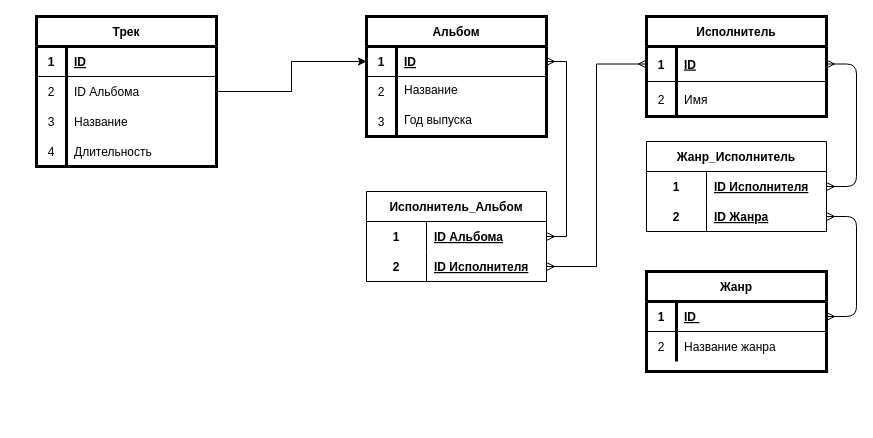
Before: Untitled Diagram.drawio in hochu-leto/music-site, a draw.io diagram. Source tidied: cells renumbered, new cells numbered last; positions are measured from the earlier drawing's top-left corner, leaving out a move shared by most shapes. Both pictures are drawn from the tidied source at 100%, with x=0, y=0 at pixel (36, 16).
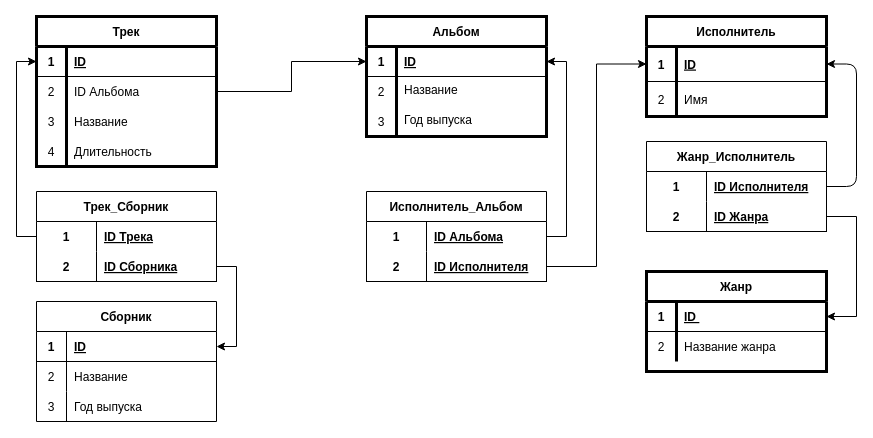
After the change.

Unchanged cells that the change refers to:
```xml
<mxCell id="3" style="shape=partialRectangle;fillColor=none;top=0;left=0;bottom=1;right=0;points=[[0,0.5],[1,0.5]];portConstraint=eastwest;" parent="2" vertex="1">
  <mxGeometry y="30" width="180" height="30" as="geometry" />
</mxCell>
<mxCell id="13" style="shape=partialRectangle;fillColor=none;top=0;left=0;bottom=1;right=0;points=[[0,0.5],[1,0.5]];portConstraint=eastwest;" parent="12" vertex="1">
  <mxGeometry y="30" width="180" height="35" as="geometry" />
</mxCell>
<mxCell id="21" style="shape=partialRectangle;fillColor=none;top=0;left=0;bottom=1;right=0;points=[[0,0.5],[1,0.5]];portConstraint=eastwest;" parent="20" vertex="1">
  <mxGeometry y="30" width="180" height="30" as="geometry" />
</mxCell>
<mxCell id="34" style="shape=partialRectangle;fillColor=none;top=0;left=0;bottom=1;right=0;points=[[0,0.5],[1,0.5]];portConstraint=eastwest;" parent="33" vertex="1">
  <mxGeometry y="30" width="180" height="30" as="geometry" />
</mxCell>
<mxCell id="41" style="shape=partialRectangle;fillColor=none;top=0;left=0;bottom=0;right=0;points=[[0,0.5],[1,0.5]];portConstraint=eastwest;" parent="40" vertex="1">
  <mxGeometry y="30" width="180" height="30" as="geometry" />
</mxCell>
<mxCell id="44" style="shape=partialRectangle;fillColor=none;top=0;left=0;bottom=1;right=0;points=[[0,0.5],[1,0.5]];portConstraint=eastwest;" parent="40" vertex="1">
  <mxGeometry y="60" width="180" height="30" as="geometry" />
</mxCell>
<mxCell id="48" style="shape=partialRectangle;fillColor=none;top=0;left=0;bottom=0;right=0;points=[[0,0.5],[1,0.5]];portConstraint=eastwest;" parent="47" vertex="1">
  <mxGeometry y="30" width="180" height="30" as="geometry" />
</mxCell>
<mxCell id="51" style="shape=partialRectangle;fillColor=none;top=0;left=0;bottom=1;right=0;points=[[0,0.5],[1,0.5]];portConstraint=eastwest;" parent="47" vertex="1">
  <mxGeometry y="60" width="180" height="30" as="geometry" />
</mxCell>
```

The edit, as a diff of the source:
```diff
@@
-    <mxCell id="54" style="edgeStyle=entityRelationEdgeStyle;fontSize=12;html=1;endArrow=ERmany;endFill=0;startArrow=ERmany;entryX=1;entryY=0.5;entryDx=0;entryDy=0;exitX=1;exitY=0.5;exitDx=0;exitDy=0;startFill=0;" parent="1" edge="1" source="41" target="13">
+    <mxCell id="54" style="edgeStyle=entityRelationEdgeStyle;fontSize=12;html=1;endArrow=classic;endFill=1;startArrow=none;entryX=1;entryY=0.5;entryDx=0;entryDy=0;exitX=1;exitY=0.5;exitDx=0;exitDy=0;startFill=0;" parent="1" edge="1" source="41" target="13">
       <mxGeometry relative="1" as="geometry" />
     </mxCell>
-    <mxCell id="55" style="edgeStyle=entityRelationEdgeStyle;fontSize=12;html=1;endArrow=ERmany;startArrow=ERmany;entryX=1;entryY=0.5;entryDx=0;entryDy=0;exitX=1;exitY=0.5;exitDx=0;exitDy=0;" parent="1" edge="1" source="34" target="44">
+    <mxCell id="55" style="edgeStyle=entityRelationEdgeStyle;fontSize=12;html=1;endArrow=none;startArrow=classic;entryX=1;entryY=0.5;entryDx=0;entryDy=0;exitX=1;exitY=0.5;exitDx=0;exitDy=0;startFill=1;endFill=0;rounded=0;" parent="1" edge="1" source="34" target="44">
       <mxGeometry relative="1" as="geometry" />
     </mxCell>
-    <mxCell id="56" style="edgeStyle=orthogonalEdgeStyle;rounded=0;jettySize=auto;html=1;exitX=0;exitY=0.5;exitDx=0;exitDy=0;entryX=1;entryY=0.5;entryDx=0;entryDy=0;startArrow=ERmany;startFill=0;endArrow=ERmany;endFill=0;" parent="1" edge="1" source="13" target="51">
+    <mxCell id="56" style="edgeStyle=orthogonalEdgeStyle;rounded=0;jettySize=auto;html=1;exitX=0;exitY=0.5;exitDx=0;exitDy=0;entryX=1;entryY=0.5;entryDx=0;entryDy=0;startArrow=classic;startFill=1;endArrow=none;endFill=0;" parent="1" edge="1" source="13" target="51">
       <mxGeometry relative="1" as="geometry" />
     </mxCell>
-    <mxCell id="57" style="edgeStyle=orthogonalEdgeStyle;rounded=0;jettySize=auto;html=1;exitX=1;exitY=0.5;exitDx=0;exitDy=0;entryX=1;entryY=0.5;entryDx=0;entryDy=0;startArrow=ERmany;startFill=0;endArrow=ERmany;endFill=0;" parent="1" edge="1" source="48" target="3">
+    <mxCell id="57" style="edgeStyle=orthogonalEdgeStyle;rounded=0;jettySize=auto;html=1;exitX=1;exitY=0.5;exitDx=0;exitDy=0;entryX=1;entryY=0.5;entryDx=0;entryDy=0;startArrow=none;startFill=0;endArrow=classic;endFill=1;" parent="1" edge="1" source="48" target="3">
       <mxGeometry relative="1" as="geometry" />
     </mxCell>
+    <mxCell id="58" value="Сборник" style="shape=table;startSize=30;childLayout=tableLayout;rowLines=0;fontStyle=1;align=center;" parent="1" vertex="1">
+      <mxGeometry y="285" width="180" height="120" as="geometry" />
+    </mxCell>
+    <mxCell id="59" style="shape=partialRectangle;fillColor=none;top=0;left=0;bottom=1;right=0;points=[[0,0.5],[1,0.5]];portConstraint=eastwest;" parent="58" vertex="1">
+      <mxGeometry y="30" width="180" height="30" as="geometry" />
+    </mxCell>
+    <mxCell id="60" value="1" style="shape=partialRectangle;fillColor=none;top=0;left=0;bottom=0;right=0;fontStyle=1;overflow=hidden;" parent="59" vertex="1">
+      <mxGeometry width="30" height="30" as="geometry" />
+    </mxCell>
+    <mxCell id="61" value="ID" style="shape=partialRectangle;fillColor=none;top=0;left=0;bottom=0;right=0;align=left;spacingLeft=6;fontStyle=5;overflow=hidden;" parent="59" vertex="1">
+      <mxGeometry x="30" width="150" height="30" as="geometry" />
+    </mxCell>
+    <mxCell id="62" style="shape=partialRectangle;fillColor=none;top=0;left=0;bottom=0;right=0;" parent="58" vertex="1">
+      <mxGeometry y="60" width="180" height="30" as="geometry" />
+    </mxCell>
+    <mxCell id="63" value="2" style="shape=partialRectangle;fillColor=none;top=0;left=0;bottom=0;right=0;overflow=hidden;" parent="62" vertex="1">
+      <mxGeometry width="30" height="30" as="geometry" />
+    </mxCell>
+    <mxCell id="64" value="Название" style="shape=partialRectangle;fillColor=none;top=0;left=0;bottom=0;right=0;align=left;spacingLeft=6;overflow=hidden;" parent="62" vertex="1">
+      <mxGeometry x="30" width="150" height="30" as="geometry" />
+    </mxCell>
+    <mxCell id="65" style="shape=partialRectangle;fillColor=none;top=0;left=0;bottom=0;right=0;" parent="58" vertex="1">
+      <mxGeometry y="90" width="180" height="30" as="geometry" />
+    </mxCell>
+    <mxCell id="66" value="3" style="shape=partialRectangle;fillColor=none;top=0;left=0;bottom=0;right=0;overflow=hidden;" parent="65" vertex="1">
+      <mxGeometry width="30" height="30" as="geometry" />
+    </mxCell>
+    <mxCell id="67" value="Год выпуска" style="shape=partialRectangle;fillColor=none;top=0;left=0;bottom=0;right=0;align=left;spacingLeft=6;overflow=hidden;" parent="65" vertex="1">
+      <mxGeometry x="30" width="150" height="30" as="geometry" />
+    </mxCell>
+    <mxCell id="68" value="Трек_Сборник" style="shape=table;startSize=30;childLayout=tableLayout;rowLines=0;fontStyle=1;align=center;" parent="1" vertex="1">
+      <mxGeometry y="175" width="180" height="90" as="geometry" />
+    </mxCell>
+    <mxCell id="69" style="shape=partialRectangle;fillColor=none;top=0;left=0;bottom=0;right=0;points=[[0,0.5],[1,0.5]];portConstraint=eastwest;" parent="68" vertex="1">
+      <mxGeometry y="30" width="180" height="30" as="geometry" />
+    </mxCell>
+    <mxCell id="70" value="1" style="shape=partialRectangle;fillColor=none;top=0;left=0;bottom=0;right=0;fontStyle=1;overflow=hidden;" parent="69" vertex="1">
+      <mxGeometry width="60" height="30" as="geometry" />
+    </mxCell>
+    <mxCell id="71" value="ID Трека" style="shape=partialRectangle;fillColor=none;top=0;left=0;bottom=0;right=0;align=left;spacingLeft=6;fontStyle=5;overflow=hidden;" parent="69" vertex="1">
+      <mxGeometry x="60" width="120" height="30" as="geometry" />
+    </mxCell>
+    <mxCell id="72" style="shape=partialRectangle;fillColor=none;top=0;left=0;bottom=1;right=0;points=[[0,0.5],[1,0.5]];portConstraint=eastwest;" parent="68" vertex="1">
+      <mxGeometry y="60" width="180" height="30" as="geometry" />
+    </mxCell>
+    <mxCell id="73" value="2" style="shape=partialRectangle;fillColor=none;top=0;left=0;bottom=0;right=0;fontStyle=1;overflow=hidden;" parent="72" vertex="1">
+      <mxGeometry width="60" height="30" as="geometry" />
+    </mxCell>
+    <mxCell id="74" value="ID Сборника" style="shape=partialRectangle;fillColor=none;top=0;left=0;bottom=0;right=0;align=left;spacingLeft=6;fontStyle=5;overflow=hidden;" parent="72" vertex="1">
+      <mxGeometry x="60" width="120" height="30" as="geometry" />
+    </mxCell>
+    <mxCell id="75" style="edgeStyle=orthogonalEdgeStyle;rounded=0;jettySize=auto;html=1;exitX=1;exitY=0.5;exitDx=0;exitDy=0;entryX=1;entryY=0.5;entryDx=0;entryDy=0;startArrow=classic;startFill=1;endArrow=none;endFill=0;" parent="1" edge="1" source="59" target="72">
+      <mxGeometry relative="1" as="geometry" />
+    </mxCell>
+    <mxCell id="76" style="edgeStyle=orthogonalEdgeStyle;rounded=0;jettySize=auto;html=1;exitX=0;exitY=0.5;exitDx=0;exitDy=0;entryX=0;entryY=0.5;entryDx=0;entryDy=0;startArrow=classic;startFill=1;endArrow=none;endFill=0;" parent="1" edge="1" source="21" target="69">
+      <mxGeometry relative="1" as="geometry" />
+    </mxCell>
```
